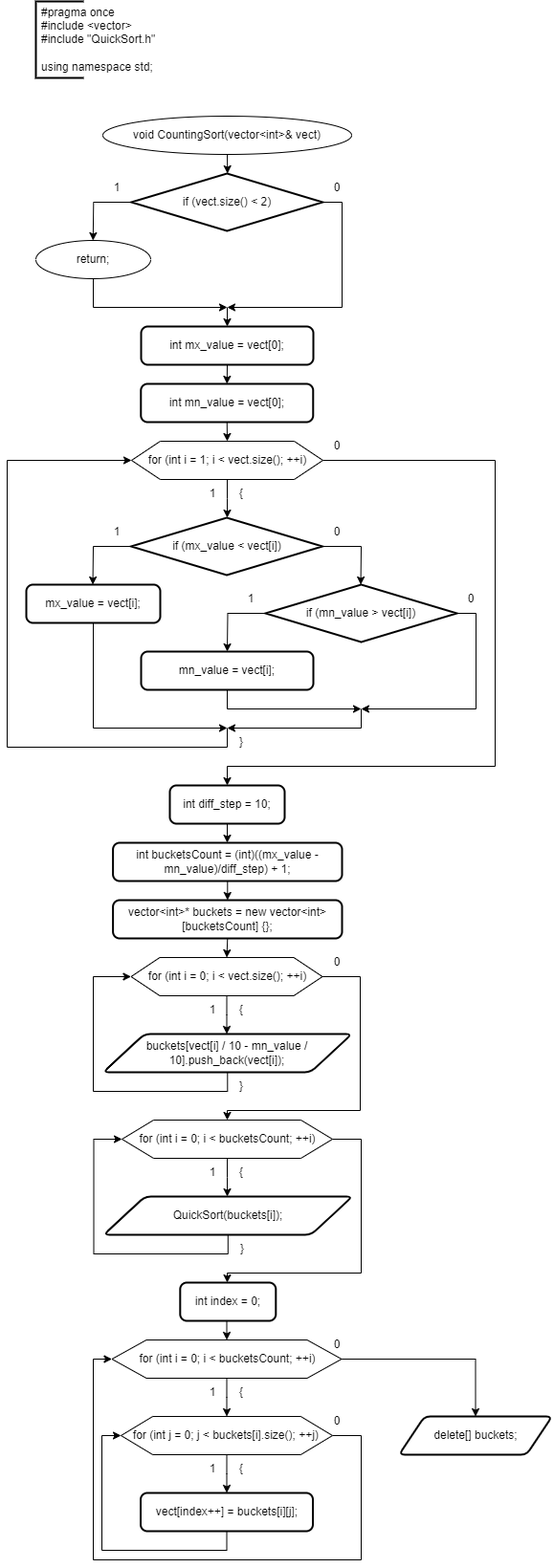
The draw.io diagram flowcharts/BucketSort.png in Hitikov/Lab_Sortings, before a commit. Source tidied: cells renumbered, new cells last; positions are measured from the earlier drawing's top-left corner, leaving out a move shared by most shapes.
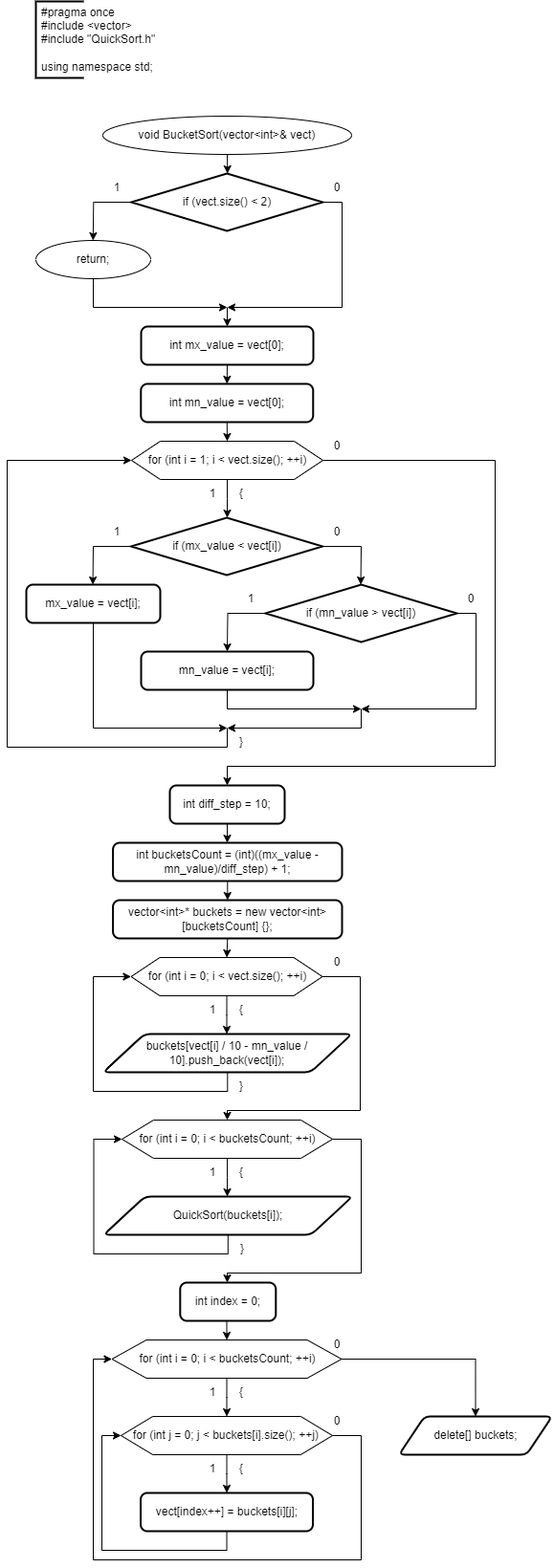
The same diagram one commit later.

Change to the diagram source:
```diff
@@ -13,7 +13,7 @@
         <mxPoint x="230.3" y="180" as="targetPoint" />
       </mxGeometry>
     </mxCell>
-    <mxCell id="5" value="void CountingSort(vector&amp;lt;int&amp;gt;&amp;amp; vect)" style="ellipse;whiteSpace=wrap;html=1;" parent="1" vertex="1">
+    <mxCell id="5" value="void Bucket&lt;span style=&quot;background-color: initial;&quot;&gt;Sort(vector&amp;lt;int&amp;gt;&amp;amp; vect)&lt;/span&gt;" style="ellipse;whiteSpace=wrap;html=1;" parent="1" vertex="1">
       <mxGeometry x="100" y="120" width="260" height="40" as="geometry" />
     </mxCell>
     <mxCell id="6" style="edgeStyle=orthogonalEdgeStyle;rounded=0;jettySize=auto;html=1;exitX=0;exitY=0.5;exitDx=0;exitDy=0;exitPerimeter=0;" parent="1" edge="1" source="8">
```
